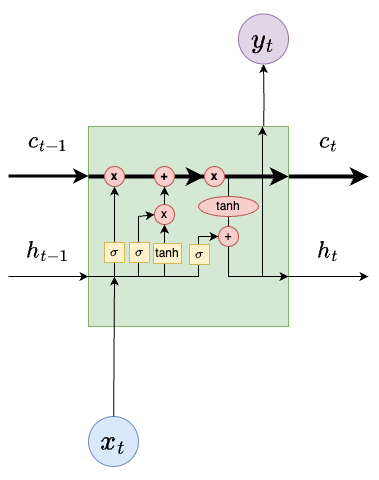
tools4ds/DS701-Course-Notes keeps this draw.io diagram as ds701_book/drawio/CellState.png. Above is the earlier version. Source tidied: cells renumbered, new cells last; positions are measured from the earlier drawing's top-left corner, leaving out a move shared by most shapes.
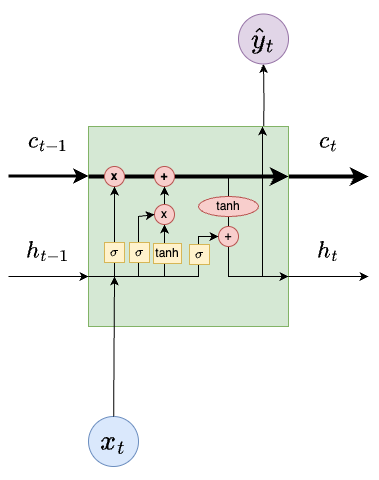
Above is the later version.

The edit, as a diff of the source:
```diff
@@ -15,7 +15,7 @@
     <mxCell id="4" style="whiteSpace=wrap;html=1;fillColor=#d5e8d4;strokeColor=#82b366;fontSize=30;fontStyle=1;" parent="1" vertex="1">
       <mxGeometry x="80" y="112" width="200" height="200" as="geometry" />
     </mxCell>
-    <mxCell id="5" value="&lt;font style=&quot;font-size: 24px;&quot;&gt;$$y_t$$&lt;/font&gt;" style="ellipse;whiteSpace=wrap;html=1;fillColor=#e1d5e7;strokeColor=#9673a6;" parent="1" vertex="1">
+    <mxCell id="5" value="&lt;font style=&quot;font-size: 24px;&quot;&gt;$$\hat{y}_t$$&lt;/font&gt;" style="ellipse;whiteSpace=wrap;html=1;fillColor=#e1d5e7;strokeColor=#9673a6;" parent="1" vertex="1">
       <mxGeometry x="230" y="-0.5" width="50" height="50" as="geometry" />
     </mxCell>
     <mxCell id="6" value="&lt;font style=&quot;font-size: 24px;&quot;&gt;$$x_t$$&lt;/font&gt;" style="ellipse;whiteSpace=wrap;html=1;fillColor=#dae8fc;strokeColor=#6c8ebf;" parent="1" vertex="1">
@@ -32,8 +32,10 @@
         <mxPoint x="80" y="162" as="sourcePoint" />
       </mxGeometry>
     </mxCell>
-    <mxCell id="9" style="edgeStyle=orthogonalEdgeStyle;rounded=0;jettySize=auto;html=1;strokeWidth=4;" parent="1" edge="1" source="10" target="34">
-      <mxGeometry relative="1" as="geometry" />
+    <mxCell id="9" style="edgeStyle=orthogonalEdgeStyle;rounded=0;jettySize=auto;html=1;strokeWidth=4;endArrow=none;endFill=0;" parent="1" edge="1" source="10">
+      <mxGeometry relative="1" as="geometry">
+        <mxPoint x="196" y="162" as="targetPoint" />
+      </mxGeometry>
     </mxCell>
     <mxCell id="10" value="x" style="ellipse;whiteSpace=wrap;html=1;fillColor=#f8cecc;strokeColor=#b85450;fontStyle=1;" parent="1" vertex="1">
       <mxGeometry x="96" y="152" width="20" height="20" as="geometry" />
@@ -134,9 +136,6 @@
     <mxCell id="33" value="$$\sigma$$" style="whiteSpace=wrap;html=1;fillColor=#fff2cc;strokeColor=#d6b656;" parent="1" vertex="1">
       <mxGeometry x="181" y="230" width="20" height="20" as="geometry" />
     </mxCell>
-    <mxCell id="34" value="x" style="ellipse;whiteSpace=wrap;html=1;fillColor=#f8cecc;strokeColor=#b85450;fontStyle=1;" parent="1" vertex="1">
-      <mxGeometry x="196" y="152" width="20" height="20" as="geometry" />
-    </mxCell>
     <mxCell id="35" style="edgeStyle=orthogonalEdgeStyle;rounded=0;orthogonalLoop=1;jettySize=auto;html=1;exitX=1;exitY=0.25;exitDx=0;exitDy=0;entryX=0;entryY=0.25;entryDx=0;entryDy=0;strokeWidth=3;" parent="1" edge="1">
       <mxGeometry relative="1" as="geometry">
         <mxPoint y="161.5" as="sourcePoint" />
```
